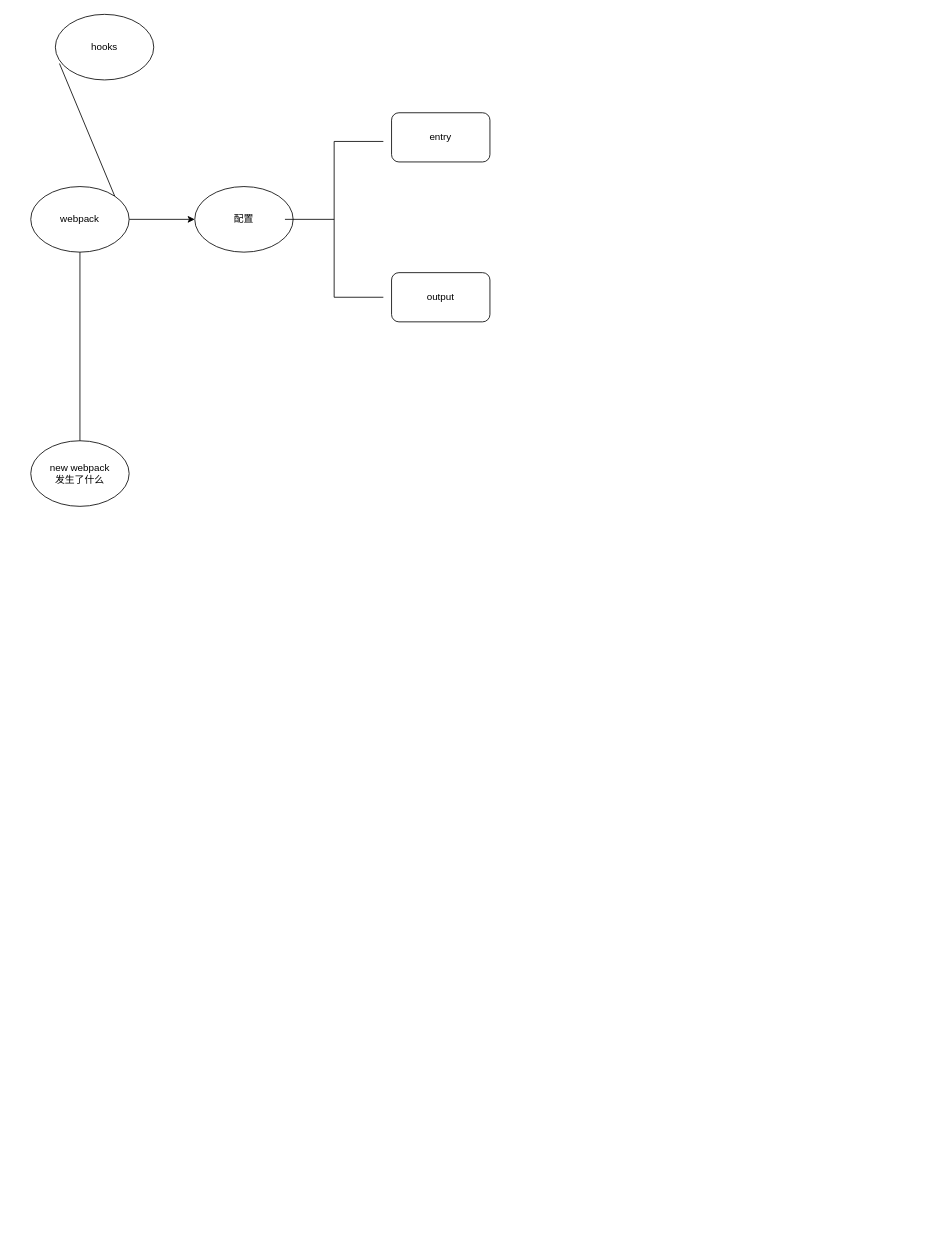
Above: Untitled Diagram.drawio in ricarduuu/draw (draw.io), before the change. Source tidied: cells renumbered, new cells numbered last; positions are measured from the earlier drawing's top-left corner, leaving out a move shared by most shapes. Both pictures are drawn from the tidied source at 82%, with x=0, y=0 at pixel (30, 14).
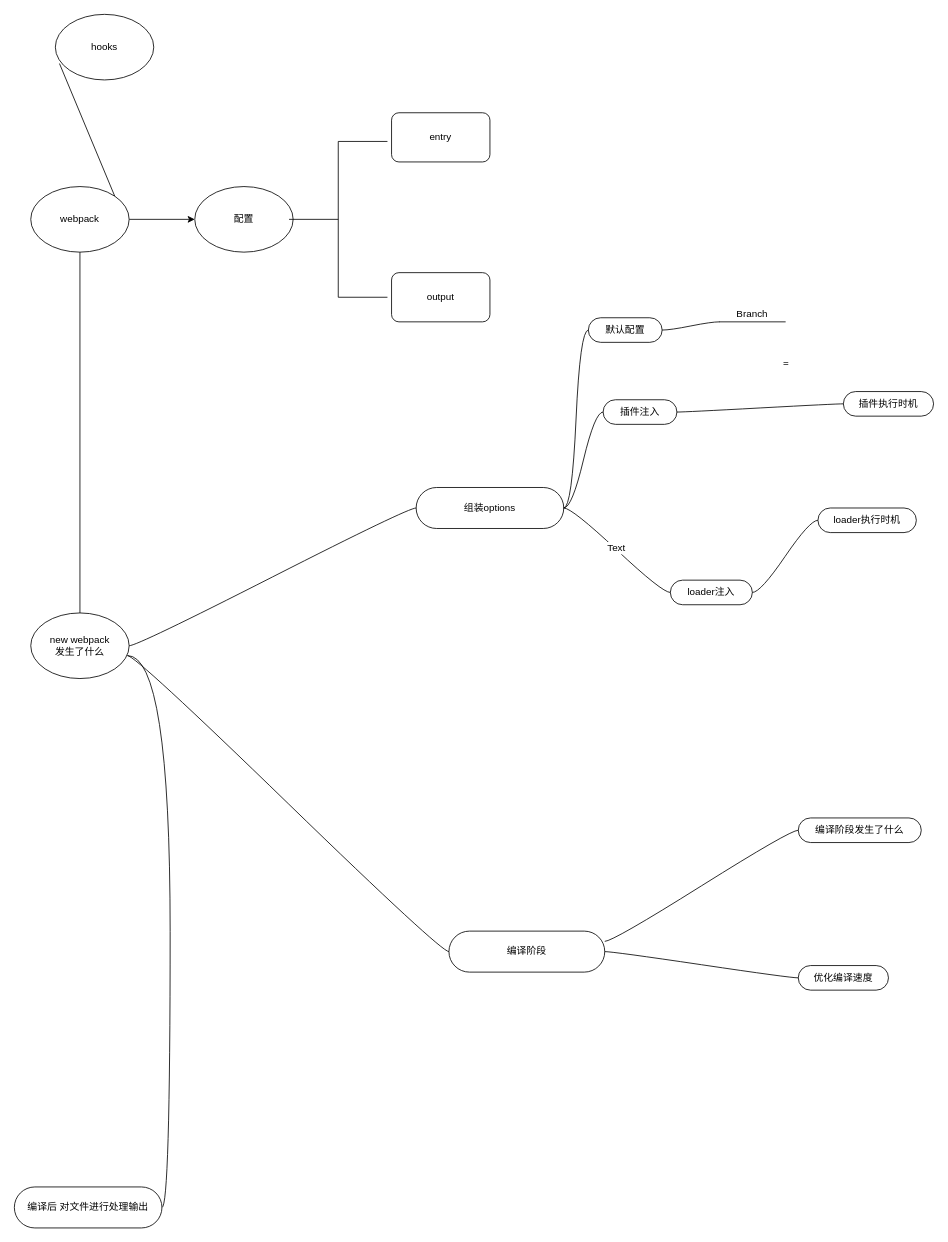
Above is the later version.

What changed in the source:
```diff
@@
     <mxCell id="7" value="new webpack&lt;br&gt;发生了什么" style="ellipse;whiteSpace=wrap;html=1;" parent="1" vertex="1">
-      <mxGeometry y="520" width="120" height="80" as="geometry" />
+      <mxGeometry y="730" width="120" height="80" as="geometry" />
     </mxCell>
@@
     <mxCell id="9" style="html=1;shape=mxgraph.flowchart.annotation_2;align=left;" parent="1" vertex="1">
-      <mxGeometry x="310" y="155" width="120" height="190" as="geometry" />
+      <mxGeometry x="315" y="155" width="120" height="190" as="geometry" />
     </mxCell>
@@
+    <mxCell id="12" value="组装options" style="whiteSpace=wrap;html=1;rounded=1;arcSize=50;align=center;verticalAlign=middle;strokeWidth=1;spacing=4;" parent="1" vertex="1">
+      <mxGeometry x="470" y="577" width="180" height="50" as="geometry" />
+    </mxCell>
+    <mxCell id="13" style="edgeStyle=entityRelationEdgeStyle;startArrow=none;endArrow=none;segment=10;curved=1;exitX=1;exitY=0.5;exitDx=0;exitDy=0;" parent="1" edge="1" source="7" target="12">
+      <mxGeometry relative="1" as="geometry" />
+    </mxCell>
+    <mxCell id="14" value="编译阶段" style="whiteSpace=wrap;html=1;rounded=1;arcSize=50;align=center;verticalAlign=middle;strokeWidth=1;spacing=4;" parent="1" vertex="1">
+      <mxGeometry x="510" y="1118" width="190" height="50" as="geometry" />
+    </mxCell>
+    <mxCell id="15" style="edgeStyle=entityRelationEdgeStyle;startArrow=none;endArrow=none;segment=10;curved=1;exitX=0.983;exitY=0.65;exitDx=0;exitDy=0;exitPerimeter=0;" parent="1" edge="1" source="7" target="14">
+      <mxGeometry relative="1" as="geometry" />
+    </mxCell>
+    <mxCell id="16" value="编译后 对文件进行处理输出" style="whiteSpace=wrap;html=1;rounded=1;arcSize=50;align=center;verticalAlign=middle;strokeWidth=1;spacing=4;" parent="1" vertex="1">
+      <mxGeometry x="-20" y="1430" width="180" height="50" as="geometry" />
+    </mxCell>
+    <mxCell id="17" style="edgeStyle=entityRelationEdgeStyle;startArrow=none;endArrow=none;segment=10;curved=1;exitX=0.983;exitY=0.65;exitDx=0;exitDy=0;exitPerimeter=0;" parent="1" edge="1" source="7" target="16">
+      <mxGeometry relative="1" as="geometry" />
+    </mxCell>
+    <mxCell id="18" value="默认配置" style="whiteSpace=wrap;html=1;rounded=1;arcSize=50;align=center;verticalAlign=middle;strokeWidth=1;spacing=4;" parent="1" vertex="1">
+      <mxGeometry x="680" y="370" width="90" height="30" as="geometry" />
+    </mxCell>
+    <mxCell id="19" style="edgeStyle=entityRelationEdgeStyle;startArrow=none;endArrow=none;segment=10;curved=1;exitX=1;exitY=0.5;exitDx=0;exitDy=0;" parent="1" edge="1" source="12" target="18">
+      <mxGeometry relative="1" as="geometry" />
+    </mxCell>
+    <mxCell id="20" value="插件注入" style="whiteSpace=wrap;html=1;rounded=1;arcSize=50;align=center;verticalAlign=middle;strokeWidth=1;spacing=4;" parent="1" vertex="1">
+      <mxGeometry x="698" y="470" width="90" height="30" as="geometry" />
+    </mxCell>
+    <mxCell id="21" style="edgeStyle=entityRelationEdgeStyle;startArrow=none;endArrow=none;segment=10;curved=1;exitX=1;exitY=0.5;exitDx=0;exitDy=0;" parent="1" edge="1" source="12" target="20">
+      <mxGeometry relative="1" as="geometry" />
+    </mxCell>
+    <mxCell id="22" value="loader注入" style="whiteSpace=wrap;html=1;rounded=1;arcSize=50;align=center;verticalAlign=middle;strokeWidth=1;spacing=4;" parent="1" vertex="1">
+      <mxGeometry x="780" y="690" width="100" height="30" as="geometry" />
+    </mxCell>
+    <mxCell id="23" style="edgeStyle=entityRelationEdgeStyle;startArrow=none;endArrow=none;segment=10;curved=1;exitX=1;exitY=0.5;exitDx=0;exitDy=0;" parent="1" edge="1" source="12" target="22">
+      <mxGeometry relative="1" as="geometry" />
+    </mxCell>
+    <mxCell id="24" value="Text" style="text;html=1;align=center;verticalAlign=middle;labelBackgroundColor=#ffffff;" parent="23" vertex="1">
+      <mxGeometry x="-0.04" y="1" relative="1" as="geometry" />
+    </mxCell>
+    <mxCell id="25" value="Branch" style="whiteSpace=wrap;html=1;shape=partialRectangle;top=0;left=0;bottom=1;right=0;points=[[0,1],[1,1]];strokeColor=#000000;fillColor=none;align=center;verticalAlign=bottom;routingCenterY=0.5;snapToPoint=1;" parent="1" vertex="1">
+      <mxGeometry x="840" y="355" width="80" height="20" as="geometry" />
+    </mxCell>
+    <mxCell id="26" style="edgeStyle=entityRelationEdgeStyle;startArrow=none;endArrow=none;segment=10;curved=1;exitX=1;exitY=0.5;exitDx=0;exitDy=0;" parent="1" edge="1" source="18" target="25">
+      <mxGeometry relative="1" as="geometry" />
+    </mxCell>
+    <mxCell id="27" value="插件执行时机" style="whiteSpace=wrap;html=1;rounded=1;arcSize=50;align=center;verticalAlign=middle;strokeWidth=1;spacing=4;" parent="1" vertex="1">
+      <mxGeometry x="991" y="460" width="110" height="30" as="geometry" />
+    </mxCell>
+    <mxCell id="28" style="edgeStyle=entityRelationEdgeStyle;startArrow=none;endArrow=none;segment=10;curved=1;" parent="1" edge="1" source="20" target="27">
+      <mxGeometry relative="1" as="geometry" />
+    </mxCell>
+    <mxCell id="29" value="=" style="text;html=1;align=left;verticalAlign=top;spacingTop=-4;" parent="1" vertex="1">
+      <mxGeometry x="916" y="415" width="20" height="20" as="geometry" />
+    </mxCell>
+    <mxCell id="30" value="loader执行时机" style="whiteSpace=wrap;html=1;rounded=1;arcSize=50;align=center;verticalAlign=middle;strokeWidth=1;spacing=4;" parent="1" vertex="1">
+      <mxGeometry x="960" y="602" width="120" height="30" as="geometry" />
+    </mxCell>
+    <mxCell id="31" style="edgeStyle=entityRelationEdgeStyle;startArrow=none;endArrow=none;segment=10;curved=1;exitX=1;exitY=0.5;exitDx=0;exitDy=0;" parent="1" edge="1" source="22" target="30">
+      <mxGeometry relative="1" as="geometry" />
+    </mxCell>
+    <mxCell id="32" value="编译阶段发生了什么" style="whiteSpace=wrap;html=1;rounded=1;arcSize=50;align=center;verticalAlign=middle;strokeWidth=1;spacing=4;" parent="1" vertex="1">
+      <mxGeometry x="936" y="980" width="150" height="30" as="geometry" />
+    </mxCell>
+    <mxCell id="33" style="edgeStyle=entityRelationEdgeStyle;startArrow=none;endArrow=none;segment=10;curved=1;exitX=1;exitY=0.25;exitDx=0;exitDy=0;" parent="1" edge="1" source="14" target="32">
+      <mxGeometry relative="1" as="geometry" />
+    </mxCell>
+    <mxCell id="34" value="优化编译速度" style="whiteSpace=wrap;html=1;rounded=1;arcSize=50;align=center;verticalAlign=middle;strokeWidth=1;spacing=4;" parent="1" vertex="1">
+      <mxGeometry x="936" y="1160" width="110" height="30" as="geometry" />
+    </mxCell>
+    <mxCell id="35" style="edgeStyle=entityRelationEdgeStyle;startArrow=none;endArrow=none;segment=10;curved=1;exitX=1;exitY=0.5;exitDx=0;exitDy=0;" parent="1" edge="1" source="14" target="34">
+      <mxGeometry relative="1" as="geometry" />
+    </mxCell>
```
